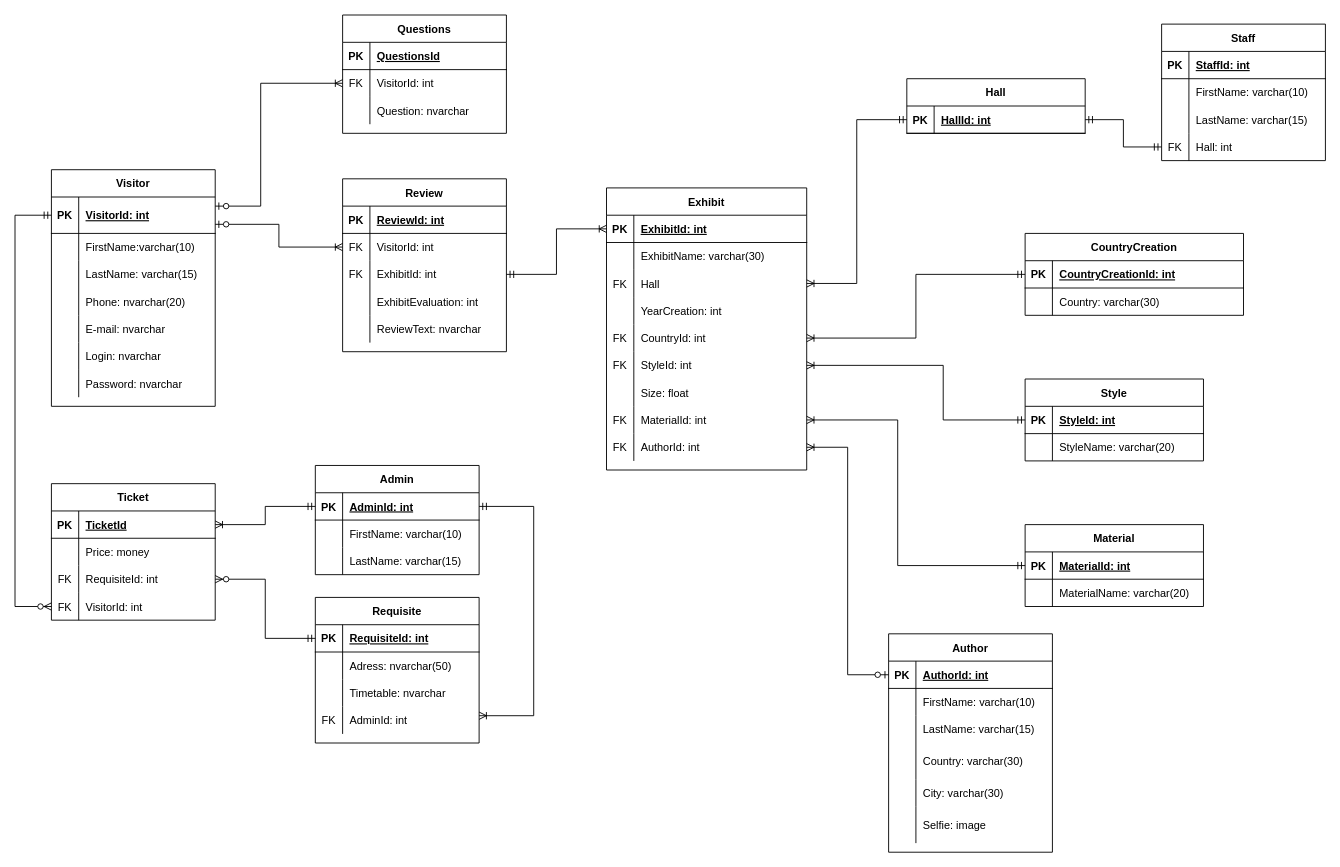
Above: Diagrams/ER.drawio in OlgaMats/- (draw.io), before the change. Source tidied: cells renumbered, new cells numbered last; positions are measured from the earlier drawing's top-left corner, leaving out a move shared by most shapes. Both pictures are drawn from the tidied source at 91%, with x=0, y=0 at pixel (15, 15).
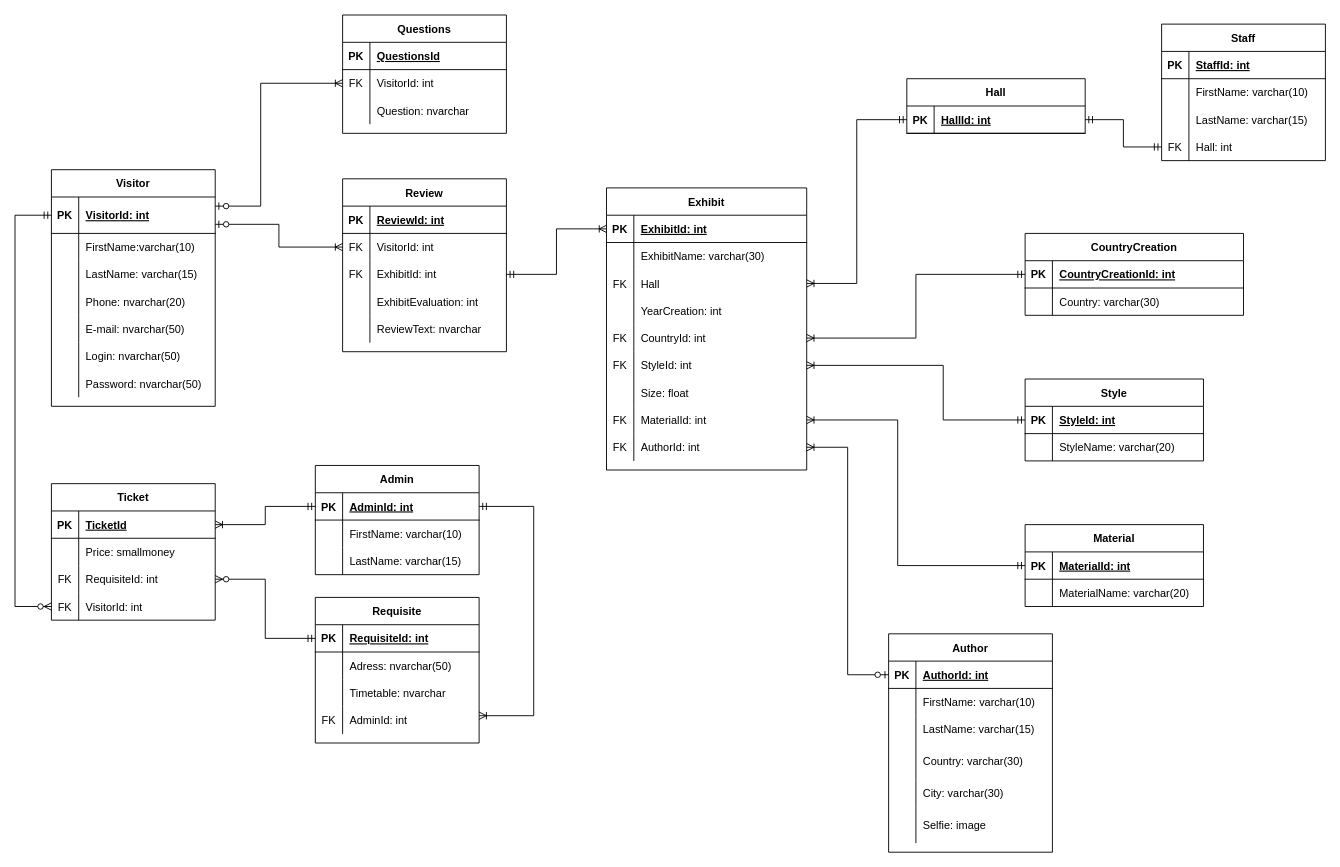
Above is the later version.

The change refers to these unchanged cells:
```xml
<mxCell id="15" style="shape=partialRectangle;fillColor=none;top=0;left=0;bottom=0;right=0;" parent="2" vertex="1">
  <mxGeometry y="160" width="180" height="30" as="geometry" />
</mxCell>
<mxCell id="18" style="shape=partialRectangle;fillColor=none;top=0;left=0;bottom=0;right=0;" parent="2" vertex="1">
  <mxGeometry y="190" width="180" height="30" as="geometry" />
</mxCell>
<mxCell id="21" style="shape=partialRectangle;fillColor=none;top=0;left=0;bottom=0;right=0;" parent="2" vertex="1">
  <mxGeometry y="220" width="180" height="30" as="geometry" />
</mxCell>
<mxCell id="68" style="shape=partialRectangle;fillColor=none;top=0;left=0;bottom=0;right=0;" parent="64" vertex="1">
  <mxGeometry y="60" width="180" height="30" as="geometry" />
</mxCell>
```

What changed in the source:
```diff
@@
-    <mxCell id="17" value="E-mail: nvarchar" style="shape=partialRectangle;fillColor=none;top=0;left=0;bottom=0;right=0;align=left;spacingLeft=6;overflow=hidden;" parent="15" vertex="1">
+    <mxCell id="17" value="E-mail: nvarchar(50)" style="shape=partialRectangle;fillColor=none;top=0;left=0;bottom=0;right=0;align=left;spacingLeft=6;overflow=hidden;" parent="15" vertex="1">
       <mxGeometry x="30" width="150" height="30" as="geometry" />
     </mxCell>
@@
-    <mxCell id="20" value="Login: nvarchar" style="shape=partialRectangle;fillColor=none;top=0;left=0;bottom=0;right=0;align=left;spacingLeft=6;overflow=hidden;" parent="18" vertex="1">
+    <mxCell id="20" value="Login: nvarchar(50)" style="shape=partialRectangle;fillColor=none;top=0;left=0;bottom=0;right=0;align=left;spacingLeft=6;overflow=hidden;" parent="18" vertex="1">
       <mxGeometry x="30" width="150" height="30" as="geometry" />
     </mxCell>
@@
-    <mxCell id="23" value="Password: nvarchar" style="shape=partialRectangle;fillColor=none;top=0;left=0;bottom=0;right=0;align=left;spacingLeft=6;overflow=hidden;" parent="21" vertex="1">
+    <mxCell id="23" value="Password: nvarchar(50)" style="shape=partialRectangle;fillColor=none;top=0;left=0;bottom=0;right=0;align=left;spacingLeft=6;overflow=hidden;" parent="21" vertex="1">
       <mxGeometry x="30" width="150" height="30" as="geometry" />
     </mxCell>
@@
-    <mxCell id="70" value="Price: money" style="shape=partialRectangle;fillColor=none;top=0;left=0;bottom=0;right=0;align=left;spacingLeft=6;overflow=hidden;" parent="68" vertex="1">
+    <mxCell id="70" value="Price: smallmoney" style="shape=partialRectangle;fillColor=none;top=0;left=0;bottom=0;right=0;align=left;spacingLeft=6;overflow=hidden;" parent="68" vertex="1">
       <mxGeometry x="30" width="150" height="30" as="geometry" />
     </mxCell>
```
